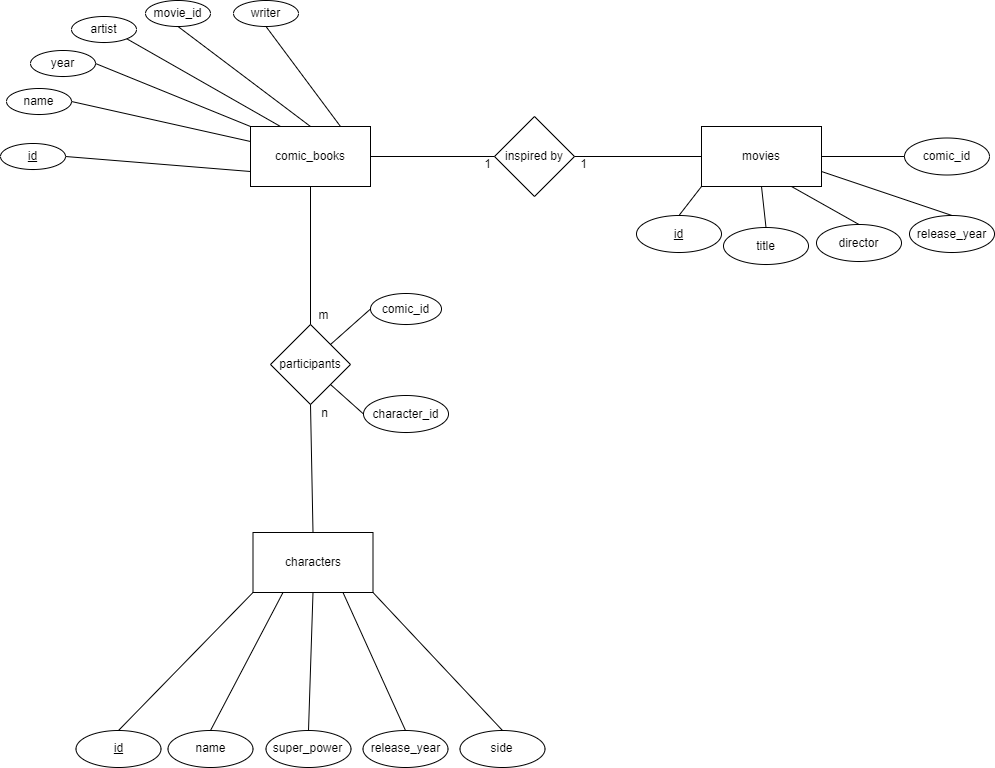
The draw.io diagram ER diagram/ER_diagram.png in HealinGhost/comicbooks, before a commit. Source tidied: cells renumbered, new cells last; positions are measured from the earlier drawing's top-left corner, leaving out a move shared by most shapes. Source of this version:
```xml
<mxGraphModel>
  <root>
    <mxCell id="0" />
    <mxCell id="1" parent="0" />
    <mxCell id="2" value="comic_books" style="rounded=0;whiteSpace=wrap;html=1;" parent="1" vertex="1">
      <mxGeometry x="250" y="126" width="120" height="60" as="geometry" />
    </mxCell>
    <mxCell id="3" value="&lt;u&gt;id&lt;/u&gt;" style="ellipse;whiteSpace=wrap;html=1;" parent="1" vertex="1">
      <mxGeometry y="143" width="65" height="26" as="geometry" />
    </mxCell>
    <mxCell id="4" value="name" style="ellipse;whiteSpace=wrap;html=1;" parent="1" vertex="1">
      <mxGeometry x="6" y="88" width="65" height="26" as="geometry" />
    </mxCell>
    <mxCell id="5" value="year" style="ellipse;whiteSpace=wrap;html=1;" parent="1" vertex="1">
      <mxGeometry x="30" y="50" width="65" height="26" as="geometry" />
    </mxCell>
    <mxCell id="6" style="endArrow=none;html=1;rounded=0;entryX=1;entryY=0.5;entryDx=0;entryDy=0;exitX=0;exitY=0.75;exitDx=0;exitDy=0;" parent="1" edge="1" source="2" target="3">
      <mxGeometry relative="1" as="geometry" />
    </mxCell>
    <mxCell id="7" style="endArrow=none;html=1;rounded=0;entryX=1;entryY=0.5;entryDx=0;entryDy=0;exitX=0;exitY=0.25;exitDx=0;exitDy=0;" parent="1" edge="1" source="2" target="4">
      <mxGeometry relative="1" as="geometry" />
    </mxCell>
    <mxCell id="8" style="endArrow=none;html=1;rounded=0;entryX=1;entryY=0.5;entryDx=0;entryDy=0;exitX=0;exitY=0;exitDx=0;exitDy=0;" parent="1" edge="1" source="2" target="5">
      <mxGeometry relative="1" as="geometry" />
    </mxCell>
    <mxCell id="9" style="endArrow=none;html=1;rounded=0;exitX=0.25;exitY=0;exitDx=0;exitDy=0;entryX=1;entryY=1;entryDx=0;entryDy=0;" parent="1" edge="1" source="2" target="10">
      <mxGeometry relative="1" as="geometry" />
    </mxCell>
    <mxCell id="10" value="artist" style="ellipse;whiteSpace=wrap;html=1;" parent="1" vertex="1">
      <mxGeometry x="71" y="16" width="65" height="26" as="geometry" />
    </mxCell>
    <mxCell id="11" value="movie_id" style="ellipse;whiteSpace=wrap;html=1;" parent="1" vertex="1">
      <mxGeometry x="145" width="65" height="26" as="geometry" />
    </mxCell>
    <mxCell id="12" style="endArrow=none;html=1;rounded=0;exitX=0.5;exitY=0;exitDx=0;exitDy=0;entryX=0.5;entryY=1;entryDx=0;entryDy=0;" parent="1" edge="1" source="2" target="11">
      <mxGeometry relative="1" as="geometry" />
    </mxCell>
    <mxCell id="13" value="writer" style="ellipse;whiteSpace=wrap;html=1;" parent="1" vertex="1">
      <mxGeometry x="233" width="65" height="26" as="geometry" />
    </mxCell>
    <mxCell id="14" style="endArrow=none;html=1;rounded=0;exitX=0.75;exitY=0;exitDx=0;exitDy=0;entryX=0.5;entryY=1;entryDx=0;entryDy=0;" parent="1" edge="1" source="2" target="13">
      <mxGeometry relative="1" as="geometry" />
    </mxCell>
    <mxCell id="15" value="participants" style="rhombus;whiteSpace=wrap;html=1;" parent="1" vertex="1">
      <mxGeometry x="270" y="324" width="80" height="80" as="geometry" />
    </mxCell>
    <mxCell id="16" value="comic_id" style="ellipse;whiteSpace=wrap;html=1;" parent="1" vertex="1">
      <mxGeometry x="370" y="293" width="71" height="31" as="geometry" />
    </mxCell>
    <mxCell id="17" value="character_id" style="ellipse;whiteSpace=wrap;html=1;" parent="1" vertex="1">
      <mxGeometry x="363" y="395" width="85" height="37" as="geometry" />
    </mxCell>
    <mxCell id="18" style="endArrow=none;html=1;rounded=0;exitX=1;exitY=1;exitDx=0;exitDy=0;entryX=0;entryY=0.5;entryDx=0;entryDy=0;" parent="1" edge="1" source="15" target="17">
      <mxGeometry relative="1" as="geometry" />
    </mxCell>
    <mxCell id="19" style="endArrow=none;html=1;rounded=0;exitX=1;exitY=0;exitDx=0;exitDy=0;entryX=0;entryY=0.5;entryDx=0;entryDy=0;" parent="1" edge="1" source="15" target="16">
      <mxGeometry relative="1" as="geometry" />
    </mxCell>
    <mxCell id="20" style="endArrow=none;html=1;rounded=0;exitX=0.5;exitY=0;exitDx=0;exitDy=0;entryX=0.5;entryY=1;entryDx=0;entryDy=0;" parent="1" edge="1" source="15" target="2">
      <mxGeometry relative="1" as="geometry" />
    </mxCell>
    <mxCell id="21" value="movies" style="rounded=0;whiteSpace=wrap;html=1;" parent="1" vertex="1">
      <mxGeometry x="701" y="126" width="120" height="60" as="geometry" />
    </mxCell>
    <mxCell id="22" value="&lt;u&gt;id&lt;/u&gt;" style="ellipse;whiteSpace=wrap;html=1;" parent="1" vertex="1">
      <mxGeometry x="636" y="215" width="85" height="37" as="geometry" />
    </mxCell>
    <mxCell id="23" value="title" style="ellipse;whiteSpace=wrap;html=1;" parent="1" vertex="1">
      <mxGeometry x="723" y="227" width="85" height="37" as="geometry" />
    </mxCell>
    <mxCell id="24" value="director" style="ellipse;whiteSpace=wrap;html=1;" parent="1" vertex="1">
      <mxGeometry x="816" y="224" width="85" height="37" as="geometry" />
    </mxCell>
    <mxCell id="25" value="release_year" style="ellipse;whiteSpace=wrap;html=1;" parent="1" vertex="1">
      <mxGeometry x="909" y="215" width="85" height="37" as="geometry" />
    </mxCell>
    <mxCell id="26" style="endArrow=none;html=1;rounded=0;exitX=0.5;exitY=0;exitDx=0;exitDy=0;entryX=0;entryY=1;entryDx=0;entryDy=0;" parent="1" edge="1" source="22" target="21">
      <mxGeometry relative="1" as="geometry" />
    </mxCell>
    <mxCell id="27" style="endArrow=none;html=1;rounded=0;exitX=0.5;exitY=0;exitDx=0;exitDy=0;entryX=0.5;entryY=1;entryDx=0;entryDy=0;" parent="1" edge="1" source="23" target="21">
      <mxGeometry relative="1" as="geometry" />
    </mxCell>
    <mxCell id="28" style="endArrow=none;html=1;rounded=0;exitX=0.5;exitY=0;exitDx=0;exitDy=0;entryX=0.75;entryY=1;entryDx=0;entryDy=0;" parent="1" edge="1" source="24" target="21">
      <mxGeometry relative="1" as="geometry" />
    </mxCell>
    <mxCell id="29" style="endArrow=none;html=1;rounded=0;exitX=0.5;exitY=0;exitDx=0;exitDy=0;entryX=1;entryY=0.75;entryDx=0;entryDy=0;" parent="1" edge="1" source="25" target="21">
      <mxGeometry relative="1" as="geometry" />
    </mxCell>
    <mxCell id="30" style="endArrow=none;html=1;rounded=0;entryX=0.5;entryY=1;entryDx=0;entryDy=0;exitX=0.5;exitY=0;exitDx=0;exitDy=0;" parent="1" edge="1" source="31" target="15">
      <mxGeometry relative="1" as="geometry" />
    </mxCell>
    <mxCell id="31" value="characters" style="rounded=0;whiteSpace=wrap;html=1;" parent="1" vertex="1">
      <mxGeometry x="252.5" y="532" width="120" height="60" as="geometry" />
    </mxCell>
    <mxCell id="32" value="&lt;u&gt;id&lt;/u&gt;" style="ellipse;whiteSpace=wrap;html=1;" parent="1" vertex="1">
      <mxGeometry x="75.5" y="730" width="85" height="37" as="geometry" />
    </mxCell>
    <mxCell id="33" value="name" style="ellipse;whiteSpace=wrap;html=1;" parent="1" vertex="1">
      <mxGeometry x="167.5" y="730" width="85" height="37" as="geometry" />
    </mxCell>
    <mxCell id="34" value="super_power" style="ellipse;whiteSpace=wrap;html=1;" parent="1" vertex="1">
      <mxGeometry x="265.5" y="730" width="85" height="37" as="geometry" />
    </mxCell>
    <mxCell id="35" value="release_year" style="ellipse;whiteSpace=wrap;html=1;" parent="1" vertex="1">
      <mxGeometry x="362.5" y="730" width="85" height="37" as="geometry" />
    </mxCell>
    <mxCell id="36" style="endArrow=none;html=1;rounded=0;exitX=0.5;exitY=0;exitDx=0;exitDy=0;entryX=0;entryY=1;entryDx=0;entryDy=0;" parent="1" edge="1" source="32" target="31">
      <mxGeometry relative="1" as="geometry" />
    </mxCell>
    <mxCell id="37" style="endArrow=none;html=1;rounded=0;exitX=0.5;exitY=0;exitDx=0;exitDy=0;entryX=0.25;entryY=1;entryDx=0;entryDy=0;" parent="1" edge="1" source="33" target="31">
      <mxGeometry relative="1" as="geometry" />
    </mxCell>
    <mxCell id="38" style="endArrow=none;html=1;rounded=0;exitX=0.5;exitY=0;exitDx=0;exitDy=0;entryX=0.5;entryY=1;entryDx=0;entryDy=0;" parent="1" edge="1" source="34" target="31">
      <mxGeometry relative="1" as="geometry" />
    </mxCell>
    <mxCell id="39" style="endArrow=none;html=1;rounded=0;exitX=0.5;exitY=0;exitDx=0;exitDy=0;entryX=0.75;entryY=1;entryDx=0;entryDy=0;" parent="1" edge="1" source="35" target="31">
      <mxGeometry relative="1" as="geometry" />
    </mxCell>
    <mxCell id="40" value="side" style="ellipse;whiteSpace=wrap;html=1;" parent="1" vertex="1">
      <mxGeometry x="459.5" y="730" width="85" height="37" as="geometry" />
    </mxCell>
    <mxCell id="41" style="endArrow=none;html=1;rounded=0;exitX=0.5;exitY=0;exitDx=0;exitDy=0;entryX=1;entryY=1;entryDx=0;entryDy=0;" parent="1" edge="1" source="40" target="31">
      <mxGeometry relative="1" as="geometry" />
    </mxCell>
    <mxCell id="42" value="inspired by" style="rhombus;whiteSpace=wrap;html=1;" parent="1" vertex="1">
      <mxGeometry x="494" y="116" width="80" height="80" as="geometry" />
    </mxCell>
    <mxCell id="43" style="endArrow=none;html=1;rounded=0;exitX=1;exitY=0.5;exitDx=0;exitDy=0;entryX=0;entryY=0.5;entryDx=0;entryDy=0;" parent="1" edge="1" source="2" target="42">
      <mxGeometry relative="1" as="geometry" />
    </mxCell>
    <mxCell id="44" style="endArrow=none;html=1;rounded=0;exitX=1;exitY=0.5;exitDx=0;exitDy=0;entryX=0;entryY=0.5;entryDx=0;entryDy=0;" parent="1" edge="1" source="42" target="21">
      <mxGeometry relative="1" as="geometry" />
    </mxCell>
    <mxCell id="45" value="n" style="text;html=1;align=center;verticalAlign=middle;strokeColor=none;fillColor=none;" parent="1" vertex="1">
      <mxGeometry x="316" y="404" width="17" height="18" as="geometry" />
    </mxCell>
    <mxCell id="46" value="m" style="text;html=1;align=center;verticalAlign=middle;strokeColor=none;fillColor=none;" parent="1" vertex="1">
      <mxGeometry x="313" y="306" width="20" height="18" as="geometry" />
    </mxCell>
    <mxCell id="47" value="1" style="text;html=1;align=center;verticalAlign=middle;strokeColor=none;fillColor=none;" parent="1" vertex="1">
      <mxGeometry x="478" y="155" width="17" height="18" as="geometry" />
    </mxCell>
    <mxCell id="48" value="1" style="text;html=1;align=center;verticalAlign=middle;strokeColor=none;fillColor=none;" parent="1" vertex="1">
      <mxGeometry x="574" y="155" width="17" height="18" as="geometry" />
    </mxCell>
    <mxCell id="49" value="comic_id" style="ellipse;whiteSpace=wrap;html=1;" parent="1" vertex="1">
      <mxGeometry x="904" y="137.5" width="85" height="37" as="geometry" />
    </mxCell>
    <mxCell id="50" style="endArrow=none;html=1;rounded=0;exitX=0;exitY=0.5;exitDx=0;exitDy=0;entryX=1;entryY=0.5;entryDx=0;entryDy=0;" parent="1" edge="1" source="49" target="21">
      <mxGeometry relative="1" as="geometry" />
    </mxCell>
  </root>
</mxGraphModel>
```
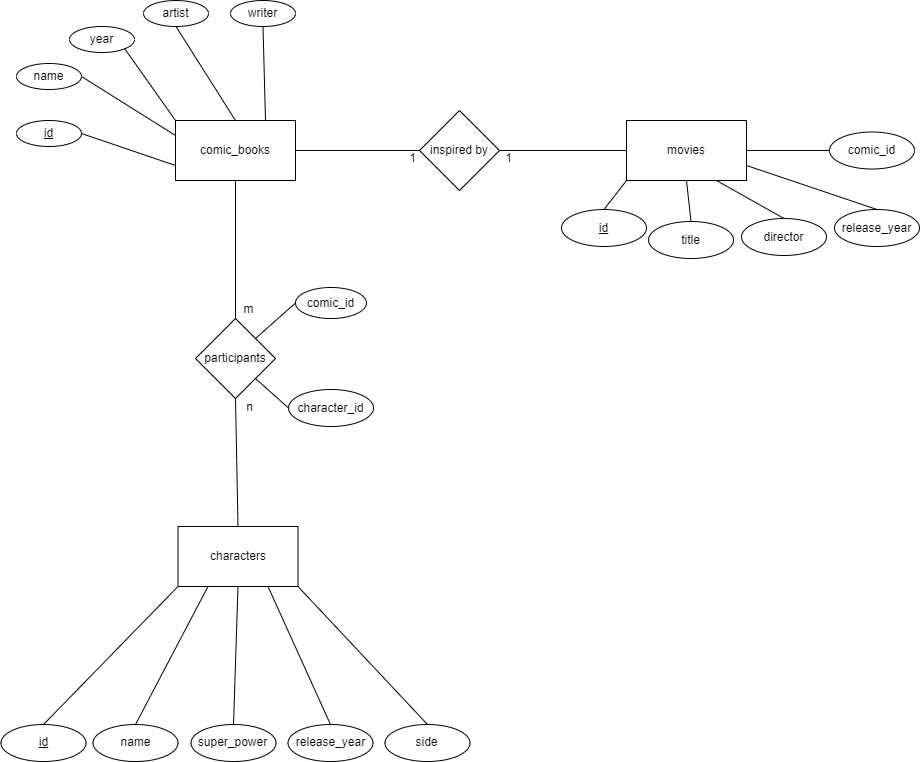
The same file after the commit.

What changed in the source:
```diff
@@ -6,13 +6,13 @@
       <mxGeometry x="250" y="126" width="120" height="60" as="geometry" />
     </mxCell>
     <mxCell id="3" value="&lt;u&gt;id&lt;/u&gt;" style="ellipse;whiteSpace=wrap;html=1;" parent="1" vertex="1">
-      <mxGeometry y="143" width="65" height="26" as="geometry" />
+      <mxGeometry x="91" y="126" width="65" height="26" as="geometry" />
     </mxCell>
     <mxCell id="4" value="name" style="ellipse;whiteSpace=wrap;html=1;" parent="1" vertex="1">
-      <mxGeometry x="6" y="88" width="65" height="26" as="geometry" />
+      <mxGeometry x="91" y="69" width="65" height="26" as="geometry" />
     </mxCell>
     <mxCell id="5" value="year" style="ellipse;whiteSpace=wrap;html=1;" parent="1" vertex="1">
-      <mxGeometry x="30" y="50" width="65" height="26" as="geometry" />
+      <mxGeometry x="144" y="32" width="65" height="26" as="geometry" />
     </mxCell>
     <mxCell id="6" style="endArrow=none;html=1;rounded=0;entryX=1;entryY=0.5;entryDx=0;entryDy=0;exitX=0;exitY=0.75;exitDx=0;exitDy=0;" parent="1" edge="1" source="2" target="3">
       <mxGeometry relative="1" as="geometry" />
@@ -20,23 +20,17 @@
     <mxCell id="7" style="endArrow=none;html=1;rounded=0;entryX=1;entryY=0.5;entryDx=0;entryDy=0;exitX=0;exitY=0.25;exitDx=0;exitDy=0;" parent="1" edge="1" source="2" target="4">
       <mxGeometry relative="1" as="geometry" />
     </mxCell>
-    <mxCell id="8" style="endArrow=none;html=1;rounded=0;entryX=1;entryY=0.5;entryDx=0;entryDy=0;exitX=0;exitY=0;exitDx=0;exitDy=0;" parent="1" edge="1" source="2" target="5">
+    <mxCell id="8" style="endArrow=none;html=1;rounded=0;entryX=1;entryY=1;entryDx=0;entryDy=0;exitX=0;exitY=0;exitDx=0;exitDy=0;" parent="1" edge="1" source="2" target="5">
       <mxGeometry relative="1" as="geometry" />
     </mxCell>
-    <mxCell id="9" style="endArrow=none;html=1;rounded=0;exitX=0.25;exitY=0;exitDx=0;exitDy=0;entryX=1;entryY=1;entryDx=0;entryDy=0;" parent="1" edge="1" source="2" target="10">
+    <mxCell id="9" style="endArrow=none;html=1;rounded=0;exitX=0.5;exitY=0;exitDx=0;exitDy=0;entryX=0.5;entryY=1;entryDx=0;entryDy=0;" parent="1" edge="1" source="2" target="10">
       <mxGeometry relative="1" as="geometry" />
     </mxCell>
     <mxCell id="10" value="artist" style="ellipse;whiteSpace=wrap;html=1;" parent="1" vertex="1">
-      <mxGeometry x="71" y="16" width="65" height="26" as="geometry" />
+      <mxGeometry x="218" y="6" width="65" height="26" as="geometry" />
     </mxCell>
-    <mxCell id="11" value="movie_id" style="ellipse;whiteSpace=wrap;html=1;" parent="1" vertex="1">
-      <mxGeometry x="145" width="65" height="26" as="geometry" />
-    </mxCell>
-    <mxCell id="12" style="endArrow=none;html=1;rounded=0;exitX=0.5;exitY=0;exitDx=0;exitDy=0;entryX=0.5;entryY=1;entryDx=0;entryDy=0;" parent="1" edge="1" source="2" target="11">
-      <mxGeometry relative="1" as="geometry" />
-    </mxCell>
     <mxCell id="13" value="writer" style="ellipse;whiteSpace=wrap;html=1;" parent="1" vertex="1">
-      <mxGeometry x="233" width="65" height="26" as="geometry" />
+      <mxGeometry x="305" y="6" width="65" height="26" as="geometry" />
     </mxCell>
     <mxCell id="14" style="endArrow=none;html=1;rounded=0;exitX=0.75;exitY=0;exitDx=0;exitDy=0;entryX=0.5;entryY=1;entryDx=0;entryDy=0;" parent="1" edge="1" source="2" target="13">
       <mxGeometry relative="1" as="geometry" />
```
